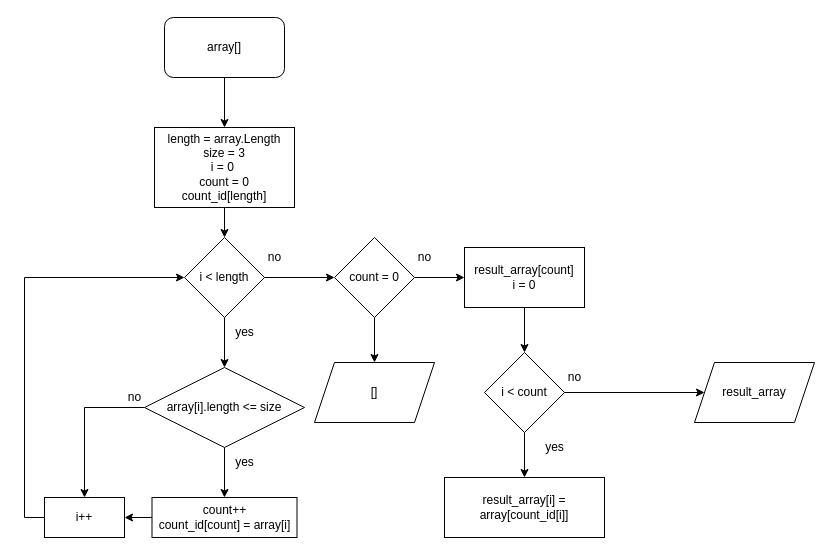
Earlier version of the draw.io diagram Algorythm.drawio (SolodkovKM/GBBlockResult). Source tidied: cells renumbered, new cells numbered last; positions are measured from the earlier drawing's top-left corner, leaving out a move shared by most shapes. Both pictures are drawn from the tidied source at 100%, with x=0, y=0 at pixel (24, 17).
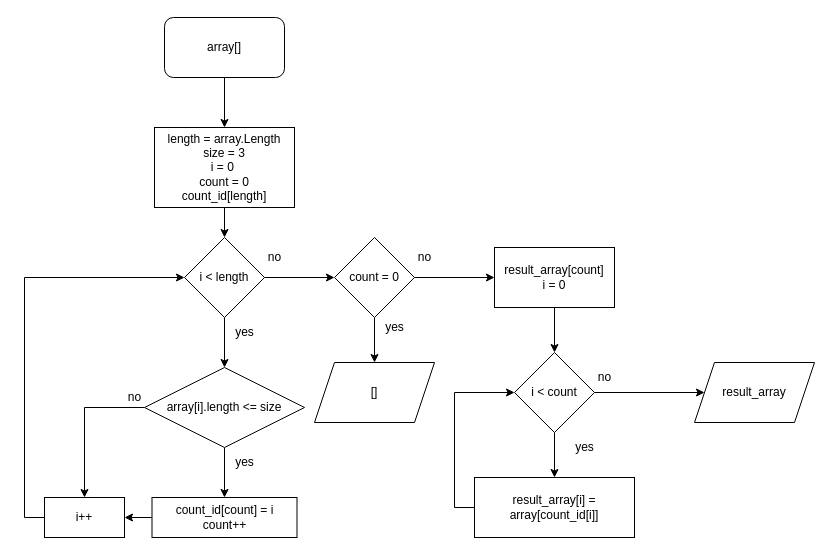
The same page after the edit.

Commit message (it also covers changes not shown here):
Algorythm Updated and added new solution without Linq

Diff of the diagram source:
```diff
@@
-    <mxCell id="14" value="count++&lt;br&gt;count_id[count] = array[i]" style="rounded=0;whiteSpace=wrap;html=1;" parent="1" vertex="1">
+    <mxCell id="14" value="count_id[count] = i&lt;br&gt;count++" style="rounded=0;whiteSpace=wrap;html=1;" parent="1" vertex="1">
       <mxGeometry x="127.5" y="480" width="145" height="40" as="geometry" />
     </mxCell>
@@
     <mxCell id="20" value="result_array[count]&lt;br&gt;i = 0" style="rounded=0;whiteSpace=wrap;html=1;" parent="1" vertex="1">
-      <mxGeometry x="440" y="230" width="120" height="60" as="geometry" />
+      <mxGeometry x="470" y="230" width="120" height="60" as="geometry" />
     </mxCell>
@@
     <mxCell id="22" style="edgeStyle=orthogonalEdgeStyle;rounded=0;jettySize=auto;html=1;entryX=0.5;entryY=0;entryDx=0;entryDy=0;" parent="1" edge="1" source="24">
       <mxGeometry relative="1" as="geometry">
-        <mxPoint x="500" y="460" as="targetPoint" />
+        <mxPoint x="530" y="460" as="targetPoint" />
       </mxGeometry>
     </mxCell>
@@
     <mxCell id="24" value="i &amp;lt; count" style="rhombus;whiteSpace=wrap;html=1;" parent="1" vertex="1">
-      <mxGeometry x="460" y="335" width="80" height="80" as="geometry" />
+      <mxGeometry x="490" y="335" width="80" height="80" as="geometry" />
     </mxCell>
+    <mxCell id="34" style="edgeStyle=orthogonalEdgeStyle;rounded=0;jettySize=auto;html=1;entryX=0;entryY=0.5;entryDx=0;entryDy=0;" parent="1" edge="1" source="25" target="24">
+      <mxGeometry relative="1" as="geometry">
+        <Array as="points">
+          <mxPoint x="430" y="490" />
+          <mxPoint x="430" y="375" />
+        </Array>
+      </mxGeometry>
+    </mxCell>
     <mxCell id="25" value="result_array[i] = array[count_id[i]]" style="rounded=0;whiteSpace=wrap;html=1;" parent="1" vertex="1">
-      <mxGeometry x="420" y="460" width="160" height="60" as="geometry" />
+      <mxGeometry x="450" y="460" width="160" height="60" as="geometry" />
     </mxCell>
     <mxCell id="26" value="yes" style="text;html=1;align=center;verticalAlign=middle;strokeColor=none;fillColor=none;" parent="1" vertex="1">
-      <mxGeometry x="510" y="415" width="40" height="30" as="geometry" />
+      <mxGeometry x="540" y="415" width="40" height="30" as="geometry" />
     </mxCell>
@@
     <mxCell id="28" value="no" style="text;html=1;align=center;verticalAlign=middle;strokeColor=none;fillColor=none;" parent="1" vertex="1">
-      <mxGeometry x="530" y="345" width="40" height="30" as="geometry" />
+      <mxGeometry x="560" y="345" width="40" height="30" as="geometry" />
     </mxCell>
@@
+    <mxCell id="35" value="yes" style="text;html=1;align=center;verticalAlign=middle;strokeColor=none;fillColor=none;" parent="1" vertex="1">
+      <mxGeometry x="350" y="295" width="40" height="30" as="geometry" />
+    </mxCell>
```
